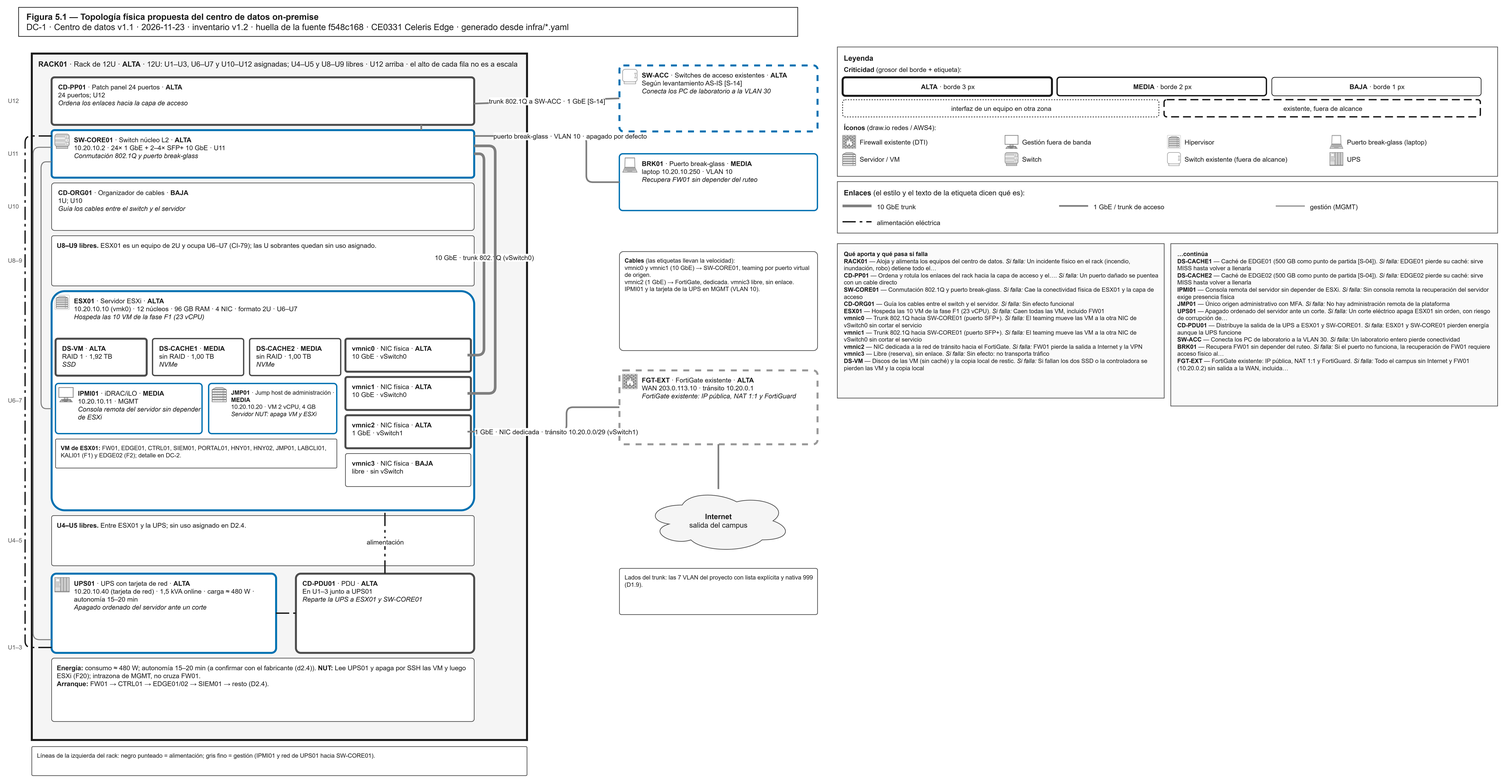
This is entregables/CE0331/diagramas/DC-1.png from Nick-Saim-MJ/Project-Celeris, a draw.io export, as it was before one commit. Source tidied: cells renumbered, new cells last; positions are measured from the earlier drawing's top-left corner, leaving out a move shared by most shapes.
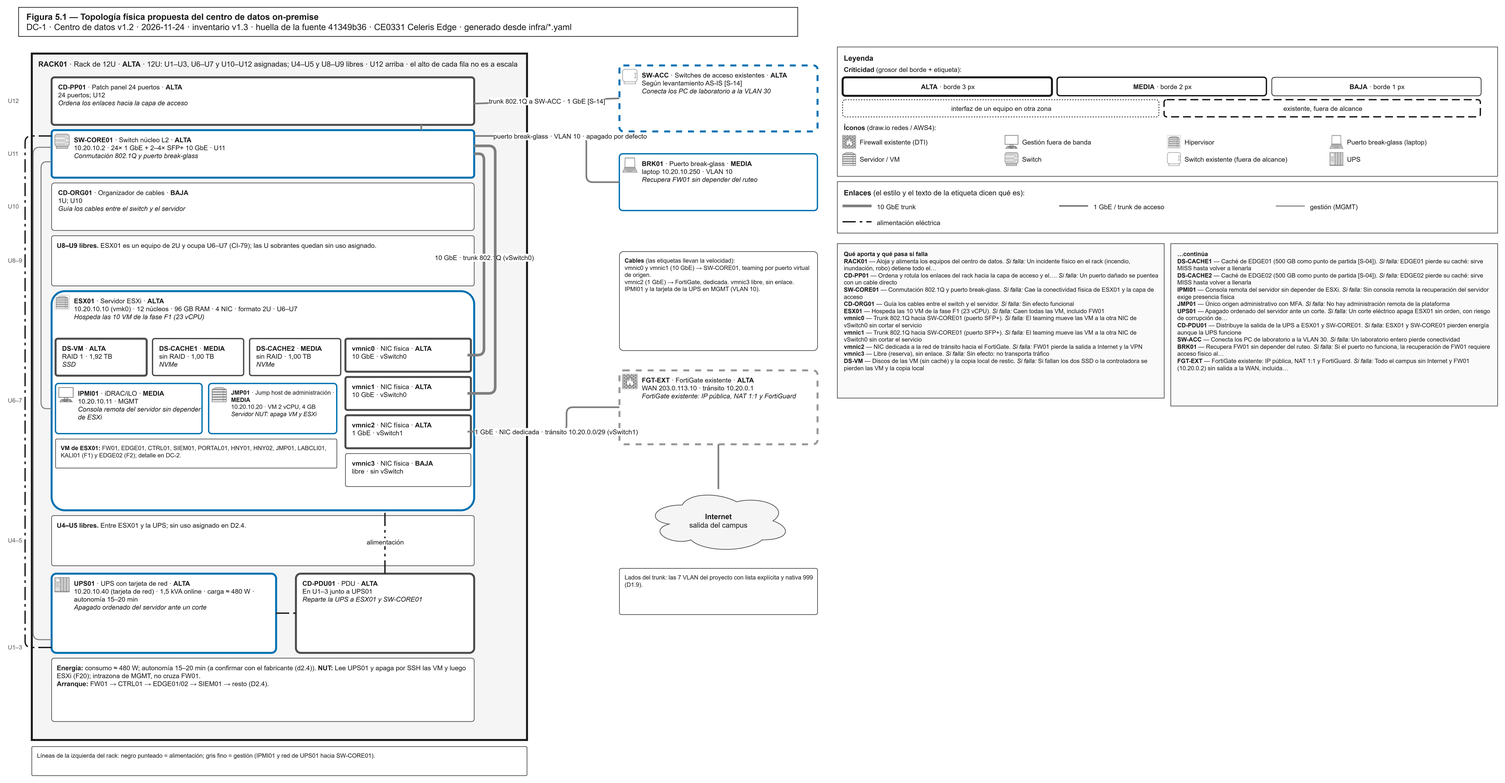
After the commit.

Change to the diagram source:
```diff
@@ -2,7 +2,7 @@
   <root>
     <mxCell id="0" />
     <mxCell id="1" parent="0" />
-    <mxCell id="2" value="&lt;b&gt;Figura 5.1 — Topología física propuesta del centro de datos on-premise&lt;/b&gt;&lt;br&gt;DC-1 · Centro de datos v1.1 · 2026-11-23 · inventario v1.2 · huella de la fuente f548c168 · CE0331 Celeris Edge · generado desde infra/*.yaml" style="rounded=0;whiteSpace=wrap;html=1;fillColor=#FFFFFF;strokeColor=#1A1A1A;strokeWidth=1;align=left;spacingLeft=10;fontSize=13;fontColor=#1A1A1A;" parent="1" vertex="1">
+    <mxCell id="2" value="&lt;b&gt;Figura 5.1 — Topología física propuesta del centro de datos on-premise&lt;/b&gt;&lt;br&gt;DC-1 · Centro de datos v1.2 · 2026-11-24 · inventario v1.3 · huella de la fuente 41349b36 · CE0331 Celeris Edge · generado desde infra/*.yaml" style="rounded=0;whiteSpace=wrap;html=1;fillColor=#FFFFFF;strokeColor=#1A1A1A;strokeWidth=1;align=left;spacingLeft=10;fontSize=13;fontColor=#1A1A1A;" parent="1" vertex="1">
       <mxGeometry x="18" width="1180" height="44" as="geometry" />
     </mxCell>
     <mxCell id="3" value="U12" style="text;html=1;align=left;verticalAlign=middle;fontSize=9;fontColor=#595959;" parent="1" vertex="1">
```
